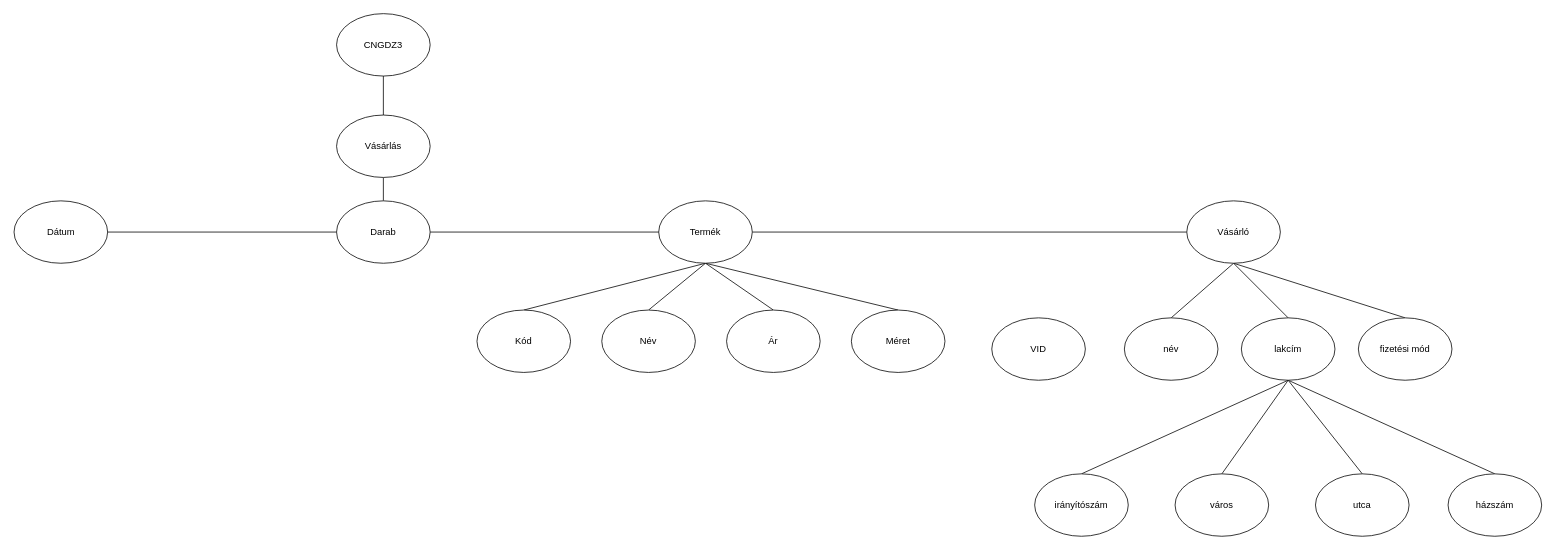
This is CNGDZ3_0927/CNGDZ3_TV.drawio from regecz/CNGDZ3WebXML, a draw.io file, before an edit. Source tidied: cells renumbered, new cells numbered last; positions are measured from the earlier drawing's top-left corner, leaving out a move shared by most shapes. Both pictures are drawn from the tidied source at 78%, with x=0, y=0 at pixel (13, 13).
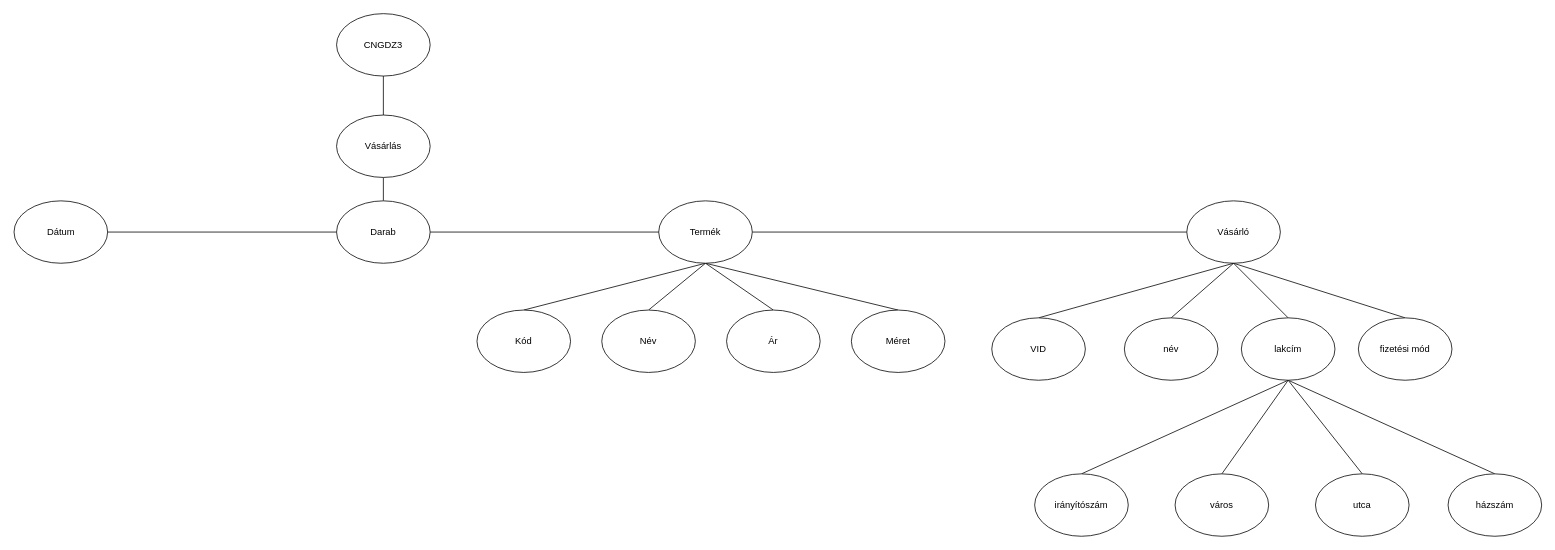
The same diagram, later.

The change refers to these unchanged cells:
```xml
<mxCell id="23" value="Vásárló" style="ellipse;whiteSpace=wrap;html=1;" parent="1" vertex="1">
  <mxGeometry x="1504" y="240" width="120" height="80" as="geometry" />
</mxCell>
<mxCell id="24" value="VID" style="ellipse;whiteSpace=wrap;html=1;" parent="1" vertex="1">
  <mxGeometry x="1254" y="390" width="120" height="80" as="geometry" />
</mxCell>
```

Diff of the diagram source:
```diff
@@
+    <mxCell id="36" style="rounded=0;jettySize=auto;html=1;exitX=0.5;exitY=0;exitDx=0;exitDy=0;entryX=0.5;entryY=1;entryDx=0;entryDy=0;endArrow=none;endFill=0;" parent="1" edge="1" source="24" target="23">
+      <mxGeometry relative="1" as="geometry" />
+    </mxCell>
```
